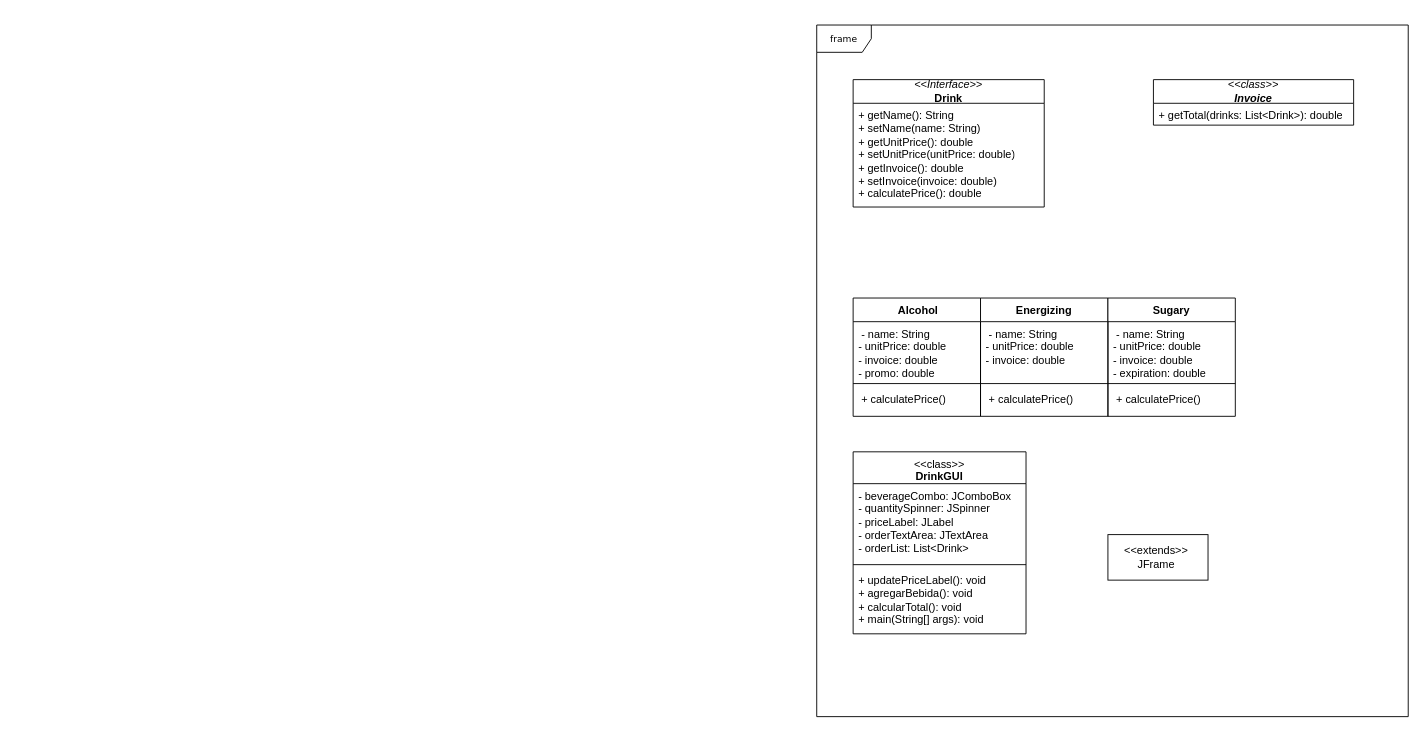
Earlier version of the draw.io diagram Diagrama sin título.drawio (EsantiagoSC/Taller-2). Source tidied: cells renumbered, new cells numbered last; positions are measured from the earlier drawing's top-left corner, leaving out a move shared by most shapes. Both pictures are drawn from the tidied source at 91%, with x=0, y=0 at pixel (816, 25).
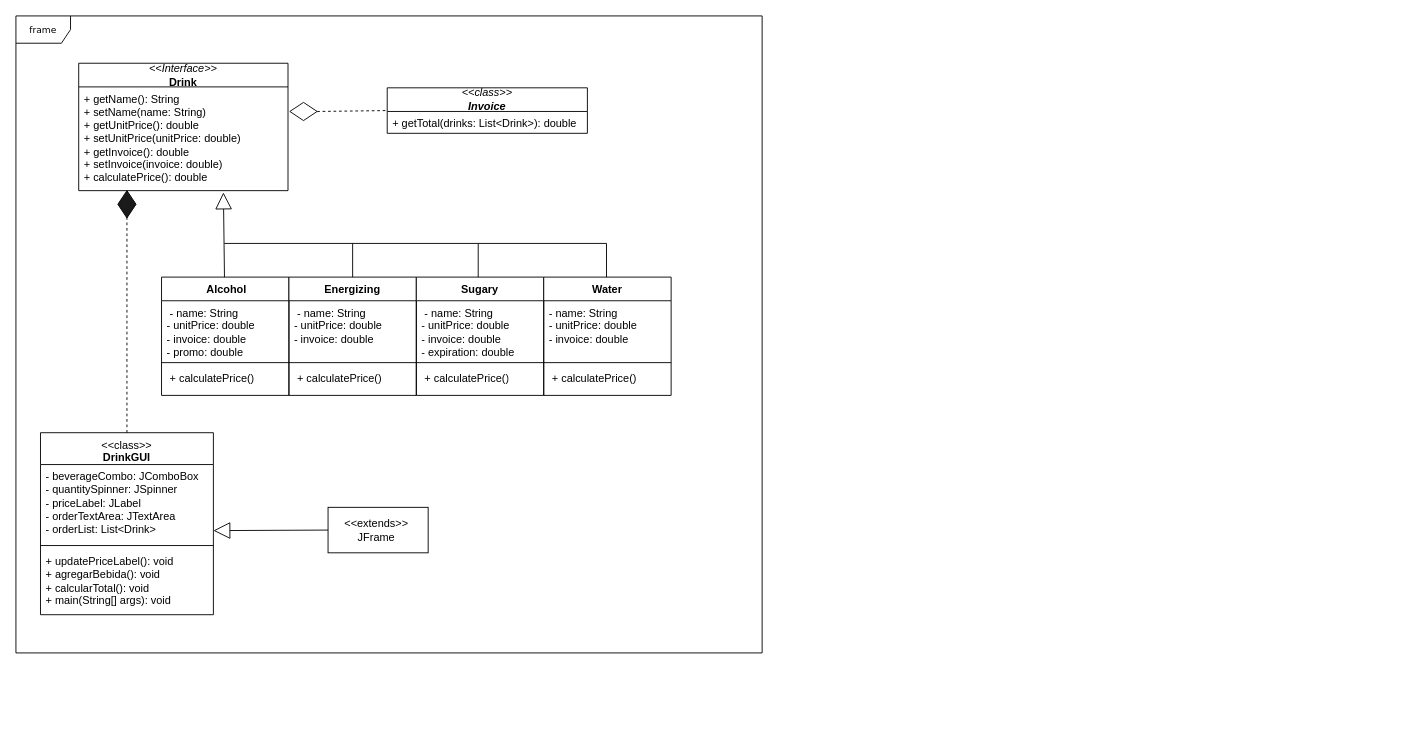
The same page after the edit.

Change to the diagram source:
```diff
@@
     <mxCell id="2" value="frame" style="shape=umlFrame;whiteSpace=wrap;html=1;rounded=0;shadow=0;comic=0;labelBackgroundColor=none;strokeWidth=1;fontFamily=Verdana;fontSize=10;align=center;" parent="1" vertex="1">
-      <mxGeometry width="650" height="760" as="geometry" />
+      <mxGeometry x="-880" y="-10" width="820" height="700" as="geometry" />
     </mxCell>
     <mxCell id="3" value="&lt;i style=&quot;text-wrap-mode: nowrap;&quot;&gt;&amp;lt;&amp;lt;Interface&amp;gt;&amp;gt;&lt;/i&gt;&lt;br style=&quot;text-wrap-mode: nowrap;&quot;&gt;&lt;span style=&quot;text-wrap-mode: nowrap;&quot;&gt;&lt;b&gt;Drink&lt;/b&gt;&lt;/span&gt;" style="swimlane;fontStyle=0;horizontal=1;startSize=26;fillColor=none;whiteSpace=wrap;html=1;" parent="1" vertex="1">
-      <mxGeometry x="40" y="60" width="210" height="140" as="geometry" />
+      <mxGeometry x="-811" y="42" width="230" height="140" as="geometry" />
     </mxCell>
     <mxCell id="4" value="&lt;div&gt;+ getName(): String&lt;/div&gt;&lt;div&gt;+ setName(name: String)&amp;nbsp;&lt;/div&gt;+ getUnitPrice(): double&amp;nbsp; &amp;nbsp;&lt;div&gt;&lt;div&gt;&lt;span style=&quot;background-color: transparent; color: light-dark(rgb(0, 0, 0), rgb(255, 255, 255));&quot;&gt;+ setUnitPrice(unitPrice: double)&lt;/span&gt;&lt;/div&gt;&lt;div&gt;+ getInvoice(): double&amp;nbsp; &amp;nbsp;&lt;/div&gt;&lt;div&gt;+ setInvoice(invoice: double)&amp;nbsp; &amp;nbsp;&lt;/div&gt;&lt;div&gt;+ calculatePrice(): double&amp;nbsp; &amp;nbsp;&lt;/div&gt;&lt;/div&gt;" style="text;strokeColor=none;fillColor=none;align=left;verticalAlign=top;spacingLeft=4;spacingRight=4;overflow=hidden;whiteSpace=wrap;html=1;" parent="3" vertex="1">
-      <mxGeometry y="26" width="210" height="114" as="geometry" />
+      <mxGeometry y="26" width="230" height="114" as="geometry" />
     </mxCell>
     <mxCell id="5" value="&lt;span style=&quot;text-wrap-mode: nowrap;&quot;&gt;&lt;i&gt;&amp;lt;&amp;lt;class&amp;gt;&amp;gt;&lt;/i&gt;&lt;/span&gt;&lt;div&gt;&lt;i style=&quot;&quot;&gt;&lt;span style=&quot;text-wrap-mode: nowrap;&quot;&gt;&lt;b&gt;Invoice&lt;/b&gt;&lt;/span&gt;&lt;/i&gt;&lt;/div&gt;" style="swimlane;fontStyle=0;horizontal=1;startSize=26;fillColor=none;whiteSpace=wrap;html=1;" parent="1" vertex="1">
-      <mxGeometry x="370" y="60" width="220" height="50" as="geometry" />
+      <mxGeometry x="-472" y="69" width="220" height="50" as="geometry" />
     </mxCell>
@@
     <mxCell id="7" value="&amp;nbsp;Alcohol" style="swimlane;fontStyle=1;align=center;verticalAlign=top;horizontal=1;startSize=26;whiteSpace=wrap;html=1;" parent="1" vertex="1">
-      <mxGeometry x="40" y="300" width="140" height="130" as="geometry" />
+      <mxGeometry x="-720" y="277" width="140" height="130" as="geometry" />
     </mxCell>
@@
     <mxCell id="11" value="Energizing" style="swimlane;fontStyle=1;align=center;verticalAlign=top;horizontal=1;startSize=26;whiteSpace=wrap;html=1;" parent="1" vertex="1">
-      <mxGeometry x="180" y="300" width="140" height="130" as="geometry" />
+      <mxGeometry x="-580" y="277" width="140" height="130" as="geometry" />
     </mxCell>
@@
     <mxCell id="15" value="Sugary" style="swimlane;fontStyle=1;align=center;verticalAlign=top;horizontal=1;startSize=26;whiteSpace=wrap;html=1;" parent="1" vertex="1">
-      <mxGeometry x="320" y="300" width="140" height="130" as="geometry" />
+      <mxGeometry x="-440" y="277" width="140" height="130" as="geometry" />
     </mxCell>
@@
     <mxCell id="19" value="&lt;span style=&quot;font-weight: normal;&quot;&gt;&amp;lt;&amp;lt;class&amp;gt;&amp;gt;&lt;/span&gt;&lt;div&gt;DrinkGUI&lt;/div&gt;" style="swimlane;fontStyle=1;align=center;verticalAlign=top;horizontal=1;startSize=35;whiteSpace=wrap;html=1;" parent="1" vertex="1">
-      <mxGeometry x="40" y="469" width="190" height="200" as="geometry" />
+      <mxGeometry x="-853" y="448" width="190" height="200" as="geometry" />
     </mxCell>
@@
     <mxCell id="23" value="&lt;div&gt;&amp;lt;&amp;lt;extends&amp;gt;&amp;gt;&amp;nbsp;&lt;/div&gt;&lt;div&gt;&lt;span style=&quot;background-color: transparent; color: light-dark(rgb(0, 0, 0), rgb(255, 255, 255));&quot;&gt;JFrame&amp;nbsp;&lt;/span&gt;&lt;/div&gt;" style="html=1;whiteSpace=wrap;" parent="1" vertex="1">
-      <mxGeometry x="320" y="560" width="110" height="50" as="geometry" />
+      <mxGeometry x="-537" y="530" width="110" height="50" as="geometry" />
     </mxCell>
+    <mxCell id="24" style="endArrow=block;endSize=16;endFill=0;html=1;rounded=0;entryX=0.963;entryY=1.031;entryDx=0;entryDy=0;exitX=0;exitY=0.5;exitDx=0;exitDy=0;entryPerimeter=0;" parent="1" edge="1" source="23">
+      <mxGeometry relative="1" as="geometry">
+        <mxPoint x="-663" y="555.6" as="targetPoint" />
+      </mxGeometry>
+    </mxCell>
+    <mxCell id="25" style="rhombus;whiteSpace=wrap;html=1;rotation=-90;" parent="1" vertex="1">
+      <mxGeometry x="-574" y="80" width="20" height="30" as="geometry" />
+    </mxCell>
+    <mxCell id="26" style="endArrow=none;dashed=1;html=1;rounded=0;exitX=0.5;exitY=1;exitDx=0;exitDy=0;entryX=0;entryY=0.5;entryDx=0;entryDy=0;" parent="1" edge="1" source="25" target="5">
+      <mxGeometry relative="1" as="geometry" />
+    </mxCell>
+    <mxCell id="27" value="Water" style="swimlane;fontStyle=1;align=center;verticalAlign=top;horizontal=1;startSize=26;whiteSpace=wrap;html=1;" parent="1" vertex="1">
+      <mxGeometry x="-300" y="277" width="140" height="130" as="geometry" />
+    </mxCell>
+    <mxCell id="28" value="- name: String&amp;nbsp;&lt;br&gt;&lt;div&gt;- unitPrice: double&lt;/div&gt;&lt;div&gt;- invoice: double&lt;/div&gt;&lt;div&gt;&lt;br&gt;&lt;/div&gt;" style="text;strokeColor=none;fillColor=none;align=left;verticalAlign=top;spacingLeft=4;spacingRight=4;overflow=hidden;whiteSpace=wrap;html=1;" parent="27" vertex="1">
+      <mxGeometry y="26" width="140" height="64" as="geometry" />
+    </mxCell>
+    <mxCell id="29" style="line;strokeWidth=1;fillColor=none;align=left;verticalAlign=middle;spacingTop=-1;spacingLeft=3;spacingRight=3;labelPosition=right;strokeColor=inherit;" parent="27" vertex="1">
+      <mxGeometry y="90" width="140" height="8" as="geometry" />
+    </mxCell>
+    <mxCell id="30" value="&amp;nbsp;+ calculatePrice()" style="text;strokeColor=none;fillColor=none;align=left;verticalAlign=top;spacingLeft=4;spacingRight=4;overflow=hidden;whiteSpace=wrap;html=1;" parent="27" vertex="1">
+      <mxGeometry y="98" width="140" height="32" as="geometry" />
+    </mxCell>
+    <mxCell id="31" style="endArrow=block;endSize=16;endFill=0;html=1;rounded=0;" parent="1" edge="1" source="7">
+      <mxGeometry relative="1" as="geometry">
+        <mxPoint x="-652" y="184" as="targetPoint" />
+      </mxGeometry>
+    </mxCell>
+    <mxCell id="32" style="endArrow=none;html=1;rounded=0;" parent="1" edge="1">
+      <mxGeometry relative="1" as="geometry">
+        <mxPoint x="-651" y="240" as="sourcePoint" />
+        <mxPoint x="-231" y="240" as="targetPoint" />
+      </mxGeometry>
+    </mxCell>
+    <mxCell id="33" style="endArrow=none;html=1;rounded=0;exitX=0.5;exitY=0;exitDx=0;exitDy=0;" parent="1" edge="1" source="11">
+      <mxGeometry relative="1" as="geometry">
+        <mxPoint x="-510" y="240" as="targetPoint" />
+      </mxGeometry>
+    </mxCell>
+    <mxCell id="34" style="endArrow=none;html=1;rounded=0;exitX=0.5;exitY=0;exitDx=0;exitDy=0;" parent="1" edge="1">
+      <mxGeometry relative="1" as="geometry">
+        <mxPoint x="-372" y="277" as="sourcePoint" />
+        <mxPoint x="-372" y="240" as="targetPoint" />
+      </mxGeometry>
+    </mxCell>
+    <mxCell id="35" style="endArrow=none;html=1;rounded=0;exitX=0.5;exitY=0;exitDx=0;exitDy=0;" parent="1" edge="1">
+      <mxGeometry relative="1" as="geometry">
+        <mxPoint x="-231" y="277" as="sourcePoint" />
+        <mxPoint x="-231" y="240" as="targetPoint" />
+      </mxGeometry>
+    </mxCell>
+    <mxCell id="36" style="rhombus;whiteSpace=wrap;html=1;rotation=0;fillColor=light-dark(#1A1A1A,var(--ge-dark-color, #121212));" parent="1" vertex="1">
+      <mxGeometry x="-768" y="182" width="20" height="30" as="geometry" />
+    </mxCell>
+    <mxCell id="37" style="endArrow=none;dashed=1;html=1;rounded=0;" parent="1" edge="1" source="19">
+      <mxGeometry relative="1" as="geometry">
+        <mxPoint x="-758" y="210" as="targetPoint" />
+      </mxGeometry>
+    </mxCell>
```
